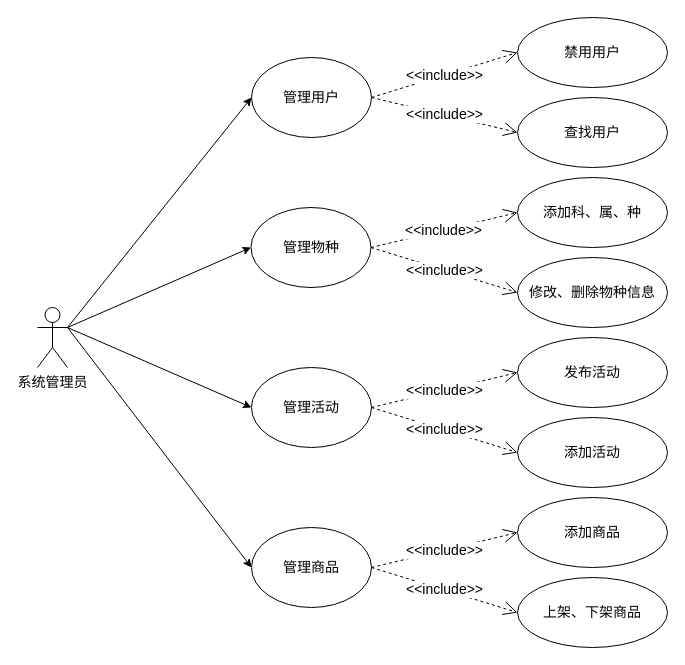
This is 管理员用例.drawio from huapigudemilu/engineeringsoftware, a draw.io file, before an edit. Source tidied: cells renumbered, new cells numbered last; positions are measured from the earlier drawing's top-left corner, leaving out a move shared by most shapes. Both pictures are drawn from the tidied source at 100%, with x=0, y=0 at pixel (37, 17).
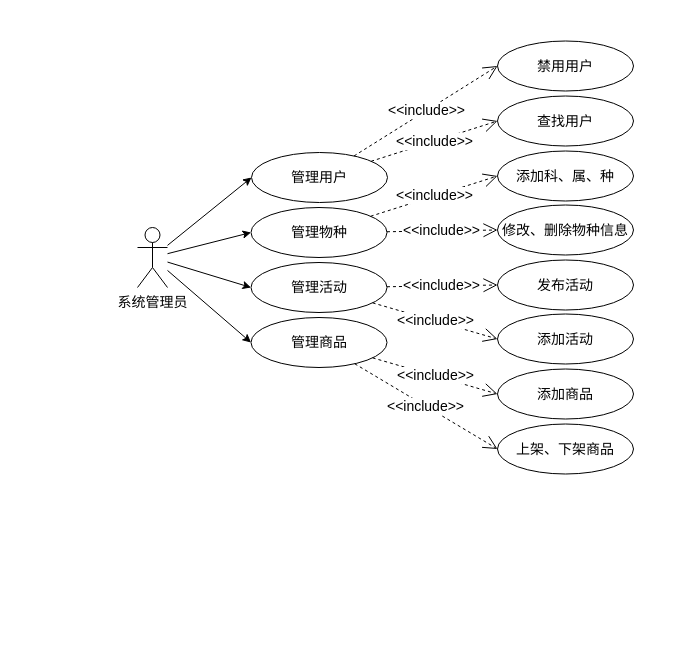
Above is the later version.

Commit message:
更新管理员用例.drawio

What changed in the source:
```diff
@@
     <mxCell id="2" value="&lt;font style=&quot;font-size: 14px;&quot;&gt;系统管理员&lt;/font&gt;" style="shape=umlActor;verticalLabelPosition=bottom;verticalAlign=top;html=1;outlineConnect=0;" parent="1" vertex="1">
-      <mxGeometry y="290" width="30" height="60" as="geometry" />
+      <mxGeometry x="100" y="210" width="30" height="60" as="geometry" />
     </mxCell>
     <mxCell id="3" value="&lt;font style=&quot;font-size: 14px;&quot;&gt;管理用户&lt;/font&gt;" style="ellipse;whiteSpace=wrap;html=1;" parent="1" vertex="1">
-      <mxGeometry x="214" y="40" width="120" height="80" as="geometry" />
+      <mxGeometry x="214" y="135" width="136" height="50" as="geometry" />
     </mxCell>
     <mxCell id="4" value="&lt;font style=&quot;font-size: 14px;&quot;&gt;管理物种&lt;/font&gt;" style="ellipse;whiteSpace=wrap;html=1;" parent="1" vertex="1">
-      <mxGeometry x="213.5" y="190" width="120" height="80" as="geometry" />
+      <mxGeometry x="213.5" y="190" width="136" height="50" as="geometry" />
     </mxCell>
     <mxCell id="5" value="&lt;font style=&quot;font-size: 14px;&quot;&gt;管理活动&lt;/font&gt;" style="ellipse;whiteSpace=wrap;html=1;" parent="1" vertex="1">
-      <mxGeometry x="214" y="350" width="120" height="80" as="geometry" />
+      <mxGeometry x="213.5" y="245" width="136" height="50" as="geometry" />
     </mxCell>
     <mxCell id="6" value="&lt;font style=&quot;font-size: 14px;&quot;&gt;管理商品&lt;/font&gt;" style="ellipse;whiteSpace=wrap;html=1;" parent="1" vertex="1">
-      <mxGeometry x="214" y="510" width="120" height="80" as="geometry" />
+      <mxGeometry x="213.5" y="300" width="136" height="50" as="geometry" />
     </mxCell>
-    <mxCell id="7" style="endArrow=classic;html=1;rounded=0;exitX=1;exitY=0.3333333333333333;exitDx=0;exitDy=0;exitPerimeter=0;entryX=0;entryY=0.5;entryDx=0;entryDy=0;" parent="1" edge="1" source="2" target="3">
+    <mxCell id="7" style="endArrow=classic;html=1;rounded=0;entryX=0;entryY=0.5;entryDx=0;entryDy=0;" parent="1" edge="1" source="2" target="3">
       <mxGeometry relative="1" as="geometry" />
     </mxCell>
-    <mxCell id="8" style="endArrow=classic;html=1;rounded=0;exitX=1;exitY=0.3333333333333333;exitDx=0;exitDy=0;exitPerimeter=0;entryX=0;entryY=0.5;entryDx=0;entryDy=0;" parent="1" edge="1" source="2" target="4">
+    <mxCell id="8" style="endArrow=classic;html=1;rounded=0;entryX=0;entryY=0.5;entryDx=0;entryDy=0;" parent="1" edge="1" source="2" target="4">
       <mxGeometry relative="1" as="geometry" />
     </mxCell>
-    <mxCell id="9" style="endArrow=classic;html=1;rounded=0;exitX=1;exitY=0.3333333333333333;exitDx=0;exitDy=0;exitPerimeter=0;entryX=0;entryY=0.5;entryDx=0;entryDy=0;" parent="1" edge="1" source="2" target="5">
+    <mxCell id="9" style="endArrow=classic;html=1;rounded=0;entryX=0;entryY=0.5;entryDx=0;entryDy=0;" parent="1" edge="1" source="2" target="5">
       <mxGeometry relative="1" as="geometry" />
     </mxCell>
-    <mxCell id="10" style="endArrow=classic;html=1;rounded=0;exitX=1;exitY=0.3333333333333333;exitDx=0;exitDy=0;exitPerimeter=0;entryX=0;entryY=0.5;entryDx=0;entryDy=0;" parent="1" edge="1" source="2" target="6">
+    <mxCell id="10" style="endArrow=classic;html=1;rounded=0;entryX=0;entryY=0.5;entryDx=0;entryDy=0;" parent="1" edge="1" source="2" target="6">
       <mxGeometry relative="1" as="geometry" />
     </mxCell>
     <mxCell id="11" value="&lt;font style=&quot;font-size: 14px;&quot;&gt;禁用用户&lt;/font&gt;" style="ellipse;whiteSpace=wrap;html=1;" parent="1" vertex="1">
-      <mxGeometry x="480" width="150" height="70" as="geometry" />
+      <mxGeometry x="460" y="23.5" width="136" height="50" as="geometry" />
     </mxCell>
     <mxCell id="12" value="&lt;font style=&quot;font-size: 14px;&quot;&gt;查找用户&lt;/font&gt;" style="ellipse;whiteSpace=wrap;html=1;" parent="1" vertex="1">
-      <mxGeometry x="480" y="80" width="150" height="70" as="geometry" />
+      <mxGeometry x="460" y="78.5" width="136" height="50" as="geometry" />
     </mxCell>
     <mxCell id="13" value="&lt;font style=&quot;font-size: 14px;&quot;&gt;添加科、属、种&lt;/font&gt;" style="ellipse;whiteSpace=wrap;html=1;" parent="1" vertex="1">
-      <mxGeometry x="480" y="160" width="150" height="70" as="geometry" />
+      <mxGeometry x="460" y="133.5" width="136" height="50" as="geometry" />
     </mxCell>
     <mxCell id="14" value="&lt;font style=&quot;font-size: 14px;&quot;&gt;修改、删除物种信息&lt;/font&gt;" style="ellipse;whiteSpace=wrap;html=1;" parent="1" vertex="1">
-      <mxGeometry x="480" y="240" width="150" height="70" as="geometry" />
+      <mxGeometry x="460" y="187.5" width="136" height="50" as="geometry" />
     </mxCell>
     <mxCell id="15" value="&lt;font style=&quot;font-size: 14px;&quot;&gt;发布活动&lt;/font&gt;" style="ellipse;whiteSpace=wrap;html=1;" parent="1" vertex="1">
-      <mxGeometry x="480" y="320" width="150" height="70" as="geometry" />
+      <mxGeometry x="460" y="242.5" width="136" height="50" as="geometry" />
     </mxCell>
     <mxCell id="16" value="&lt;font style=&quot;font-size: 14px;&quot;&gt;添加活动&lt;/font&gt;" style="ellipse;whiteSpace=wrap;html=1;" parent="1" vertex="1">
-      <mxGeometry x="480" y="400" width="150" height="70" as="geometry" />
+      <mxGeometry x="460" y="296.5" width="136" height="50" as="geometry" />
     </mxCell>
     <mxCell id="17" value="&lt;font style=&quot;font-size: 14px;&quot;&gt;添加商品&lt;/font&gt;" style="ellipse;whiteSpace=wrap;html=1;" parent="1" vertex="1">
-      <mxGeometry x="480" y="480" width="150" height="70" as="geometry" />
+      <mxGeometry x="460" y="351.5" width="136" height="50" as="geometry" />
     </mxCell>
     <mxCell id="18" value="&lt;font style=&quot;font-size: 14px;&quot;&gt;上架、下架商品&lt;/font&gt;" style="ellipse;whiteSpace=wrap;html=1;" parent="1" vertex="1">
-      <mxGeometry x="480" y="560" width="150" height="70" as="geometry" />
+      <mxGeometry x="460" y="406.5" width="136" height="50" as="geometry" />
     </mxCell>
-    <mxCell id="19" value="&lt;font style=&quot;font-size: 14px;&quot;&gt;&amp;lt;&amp;lt;include&amp;gt;&amp;gt;&lt;/font&gt;" style="endArrow=open;endSize=12;dashed=1;html=1;rounded=0;exitX=1;exitY=0.5;exitDx=0;exitDy=0;entryX=0;entryY=0.5;entryDx=0;entryDy=0;" parent="1" edge="1" source="3" target="11">
+    <mxCell id="19" value="&lt;font style=&quot;font-size: 14px;&quot;&gt;&amp;lt;&amp;lt;include&amp;gt;&amp;gt;&lt;/font&gt;" style="endArrow=open;endSize=12;dashed=1;html=1;rounded=0;entryX=0;entryY=0.5;entryDx=0;entryDy=0;" parent="1" edge="1" source="3" target="11">
       <mxGeometry relative="1" as="geometry" />
     </mxCell>
-    <mxCell id="20" value="&lt;font style=&quot;font-size: 14px;&quot;&gt;&amp;lt;&amp;lt;include&amp;gt;&amp;gt;&lt;/font&gt;" style="endArrow=open;endSize=12;dashed=1;html=1;rounded=0;exitX=1;exitY=0.5;exitDx=0;exitDy=0;entryX=0;entryY=0.5;entryDx=0;entryDy=0;" parent="1" edge="1" source="3" target="12">
+    <mxCell id="20" value="&lt;font style=&quot;font-size: 14px;&quot;&gt;&amp;lt;&amp;lt;include&amp;gt;&amp;gt;&lt;/font&gt;" style="endArrow=open;endSize=12;dashed=1;html=1;rounded=0;entryX=0;entryY=0.5;entryDx=0;entryDy=0;" parent="1" edge="1" source="3" target="12">
       <mxGeometry relative="1" as="geometry" />
     </mxCell>
-    <mxCell id="21" value="&lt;font style=&quot;font-size: 14px;&quot;&gt;&amp;lt;&amp;lt;include&amp;gt;&amp;gt;&lt;/font&gt;" style="endArrow=open;endSize=12;dashed=1;html=1;rounded=0;exitX=1;exitY=0.5;exitDx=0;exitDy=0;entryX=0;entryY=0.5;entryDx=0;entryDy=0;" parent="1" edge="1" source="4" target="13">
+    <mxCell id="21" value="&lt;font style=&quot;font-size: 14px;&quot;&gt;&amp;lt;&amp;lt;include&amp;gt;&amp;gt;&lt;/font&gt;" style="endArrow=open;endSize=12;dashed=1;html=1;rounded=0;entryX=0;entryY=0.5;entryDx=0;entryDy=0;" parent="1" edge="1" source="4" target="13">
       <mxGeometry relative="1" as="geometry" />
     </mxCell>
-    <mxCell id="22" value="&lt;font style=&quot;font-size: 14px;&quot;&gt;&amp;lt;&amp;lt;include&amp;gt;&amp;gt;&lt;/font&gt;" style="endArrow=open;endSize=12;dashed=1;html=1;rounded=0;exitX=1;exitY=0.5;exitDx=0;exitDy=0;entryX=0;entryY=0.5;entryDx=0;entryDy=0;" parent="1" edge="1" source="4" target="14">
+    <mxCell id="22" value="&lt;font style=&quot;font-size: 14px;&quot;&gt;&amp;lt;&amp;lt;include&amp;gt;&amp;gt;&lt;/font&gt;" style="endArrow=open;endSize=12;dashed=1;html=1;rounded=0;entryX=0;entryY=0.5;entryDx=0;entryDy=0;" parent="1" edge="1" source="4" target="14">
       <mxGeometry relative="1" as="geometry" />
     </mxCell>
-    <mxCell id="23" value="&lt;font style=&quot;font-size: 14px;&quot;&gt;&amp;lt;&amp;lt;include&amp;gt;&amp;gt;&lt;/font&gt;" style="endArrow=open;endSize=12;dashed=1;html=1;rounded=0;exitX=1;exitY=0.5;exitDx=0;exitDy=0;entryX=0;entryY=0.5;entryDx=0;entryDy=0;" parent="1" edge="1" source="5" target="15">
+    <mxCell id="23" value="&lt;font style=&quot;font-size: 14px;&quot;&gt;&amp;lt;&amp;lt;include&amp;gt;&amp;gt;&lt;/font&gt;" style="endArrow=open;endSize=12;dashed=1;html=1;rounded=0;entryX=0;entryY=0.5;entryDx=0;entryDy=0;" parent="1" edge="1" source="5" target="15">
       <mxGeometry relative="1" as="geometry" />
     </mxCell>
-    <mxCell id="24" value="&lt;font style=&quot;font-size: 14px;&quot;&gt;&amp;lt;&amp;lt;include&amp;gt;&amp;gt;&lt;/font&gt;" style="endArrow=open;endSize=12;dashed=1;html=1;rounded=0;exitX=1;exitY=0.5;exitDx=0;exitDy=0;entryX=0;entryY=0.5;entryDx=0;entryDy=0;" parent="1" edge="1" source="5" target="16">
+    <mxCell id="24" value="&lt;font style=&quot;font-size: 14px;&quot;&gt;&amp;lt;&amp;lt;include&amp;gt;&amp;gt;&lt;/font&gt;" style="endArrow=open;endSize=12;dashed=1;html=1;rounded=0;entryX=0;entryY=0.5;entryDx=0;entryDy=0;" parent="1" edge="1" source="5" target="16">
       <mxGeometry relative="1" as="geometry" />
     </mxCell>
-    <mxCell id="25" value="&lt;font style=&quot;font-size: 14px;&quot;&gt;&amp;lt;&amp;lt;include&amp;gt;&amp;gt;&lt;/font&gt;" style="endArrow=open;endSize=12;dashed=1;html=1;rounded=0;exitX=1;exitY=0.5;exitDx=0;exitDy=0;entryX=0;entryY=0.5;entryDx=0;entryDy=0;" parent="1" edge="1" source="6" target="17">
+    <mxCell id="25" value="&lt;font style=&quot;font-size: 14px;&quot;&gt;&amp;lt;&amp;lt;include&amp;gt;&amp;gt;&lt;/font&gt;" style="endArrow=open;endSize=12;dashed=1;html=1;rounded=0;entryX=0;entryY=0.5;entryDx=0;entryDy=0;" parent="1" edge="1" source="6" target="17">
       <mxGeometry relative="1" as="geometry" />
     </mxCell>
-    <mxCell id="26" value="&lt;font style=&quot;font-size: 14px;&quot;&gt;&amp;lt;&amp;lt;include&amp;gt;&amp;gt;&lt;/font&gt;" style="endArrow=open;endSize=12;dashed=1;html=1;rounded=0;exitX=1;exitY=0.5;exitDx=0;exitDy=0;entryX=0;entryY=0.5;entryDx=0;entryDy=0;" parent="1" edge="1" source="6" target="18">
+    <mxCell id="26" value="&lt;font style=&quot;font-size: 14px;&quot;&gt;&amp;lt;&amp;lt;include&amp;gt;&amp;gt;&lt;/font&gt;" style="endArrow=open;endSize=12;dashed=1;html=1;rounded=0;entryX=0;entryY=0.5;entryDx=0;entryDy=0;" parent="1" edge="1" source="6" target="18">
       <mxGeometry relative="1" as="geometry" />
     </mxCell>
```
